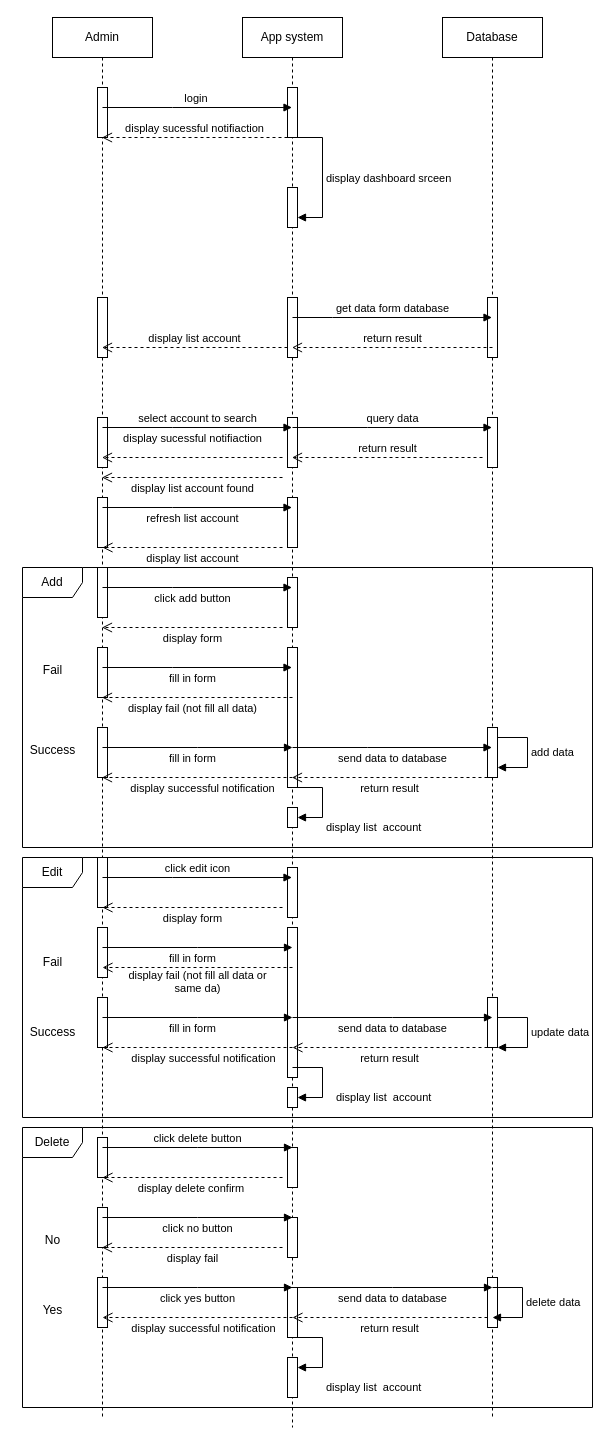
This is page "Page-4" (7 of 10) of diagram/Sequence Diagram 3.drawio from duongminhthanh/app_system_management_visitor_for_old_aparment, a draw.io file, before an edit. Source tidied: cells renumbered, new cells numbered last; positions are measured from the earlier drawing's top-left corner, leaving out a move shared by most shapes. Both pictures are drawn from the tidied source at 100%, with x=0, y=0 at pixel (17, 17).
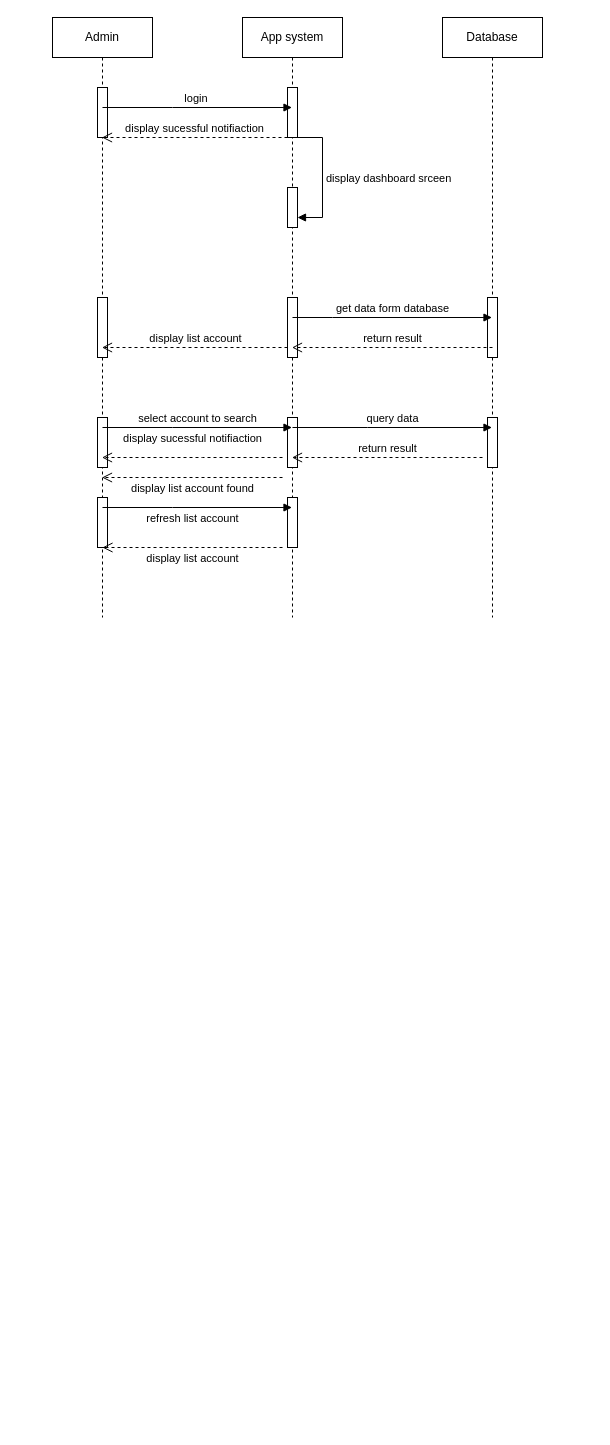
Above is the later version.

Unchanged cells that the change refers to:
```xml
<mxCell id="20" style="html=1;points=[];perimeter=orthogonalPerimeter;outlineConnect=0;targetShapes=umlLifeline;portConstraint=eastwest;newEdgeStyle={&quot;edgeStyle&quot;:&quot;elbowEdgeStyle&quot;,&quot;elbow&quot;:&quot;vertical&quot;,&quot;curved&quot;:0,&quot;rounded&quot;:0};" parent="16" vertex="1">
  <mxGeometry x="45" y="280" width="10" height="60" as="geometry" />
</mxCell>
```

The edit, as a diff of the source:
```diff
@@
     <mxCell id="2" value="Admin" style="shape=umlLifeline;perimeter=lifelinePerimeter;whiteSpace=wrap;html=1;outlineConnect=0;portConstraint=eastwest;newEdgeStyle={&quot;edgeStyle&quot;:&quot;elbowEdgeStyle&quot;,&quot;elbow&quot;:&quot;vertical&quot;,&quot;curved&quot;:0,&quot;rounded&quot;:0};" parent="1" vertex="1">
-      <mxGeometry x="35" width="100" height="1400" as="geometry" />
+      <mxGeometry x="35" width="100" height="600" as="geometry" />
     </mxCell>
@@
-    <mxCell id="7" style="html=1;perimeter=orthogonalPerimeter;targetShapes=umlLifeline;newEdgeStyle={&quot;edgeStyle&quot;:&quot;elbowEdgeStyle&quot;,&quot;elbow&quot;:&quot;vertical&quot;,&quot;curved&quot;:0,&quot;rounded&quot;:0};" parent="2" vertex="1">
-      <mxGeometry x="45" y="550" width="10" height="50" as="geometry" />
-    </mxCell>
-    <mxCell id="8" style="html=1;perimeter=orthogonalPerimeter;targetShapes=umlLifeline;newEdgeStyle={&quot;edgeStyle&quot;:&quot;elbowEdgeStyle&quot;,&quot;elbow&quot;:&quot;vertical&quot;,&quot;curved&quot;:0,&quot;rounded&quot;:0};" parent="2" vertex="1">
-      <mxGeometry x="45" y="630" width="10" height="50" as="geometry" />
-    </mxCell>
-    <mxCell id="9" style="html=1;perimeter=orthogonalPerimeter;targetShapes=umlLifeline;newEdgeStyle={&quot;edgeStyle&quot;:&quot;elbowEdgeStyle&quot;,&quot;elbow&quot;:&quot;vertical&quot;,&quot;curved&quot;:0,&quot;rounded&quot;:0};" parent="2" vertex="1">
-      <mxGeometry x="45" y="710" width="10" height="50" as="geometry" />
-    </mxCell>
-    <mxCell id="10" style="html=1;perimeter=orthogonalPerimeter;targetShapes=umlLifeline;newEdgeStyle={&quot;edgeStyle&quot;:&quot;elbowEdgeStyle&quot;,&quot;elbow&quot;:&quot;vertical&quot;,&quot;curved&quot;:0,&quot;rounded&quot;:0};" parent="2" vertex="1">
-      <mxGeometry x="45" y="840" width="10" height="50" as="geometry" />
-    </mxCell>
-    <mxCell id="11" style="html=1;perimeter=orthogonalPerimeter;targetShapes=umlLifeline;newEdgeStyle={&quot;edgeStyle&quot;:&quot;elbowEdgeStyle&quot;,&quot;elbow&quot;:&quot;vertical&quot;,&quot;curved&quot;:0,&quot;rounded&quot;:0};" parent="2" vertex="1">
-      <mxGeometry x="45" y="910" width="10" height="50" as="geometry" />
-    </mxCell>
-    <mxCell id="12" style="html=1;perimeter=orthogonalPerimeter;targetShapes=umlLifeline;newEdgeStyle={&quot;edgeStyle&quot;:&quot;elbowEdgeStyle&quot;,&quot;elbow&quot;:&quot;vertical&quot;,&quot;curved&quot;:0,&quot;rounded&quot;:0};" parent="2" vertex="1">
-      <mxGeometry x="45" y="980" width="10" height="50" as="geometry" />
-    </mxCell>
-    <mxCell id="13" style="html=1;perimeter=orthogonalPerimeter;targetShapes=umlLifeline;newEdgeStyle={&quot;edgeStyle&quot;:&quot;elbowEdgeStyle&quot;,&quot;elbow&quot;:&quot;vertical&quot;,&quot;curved&quot;:0,&quot;rounded&quot;:0};" parent="2" vertex="1">
-      <mxGeometry x="45" y="1120" width="10" height="40" as="geometry" />
-    </mxCell>
-    <mxCell id="14" style="html=1;perimeter=orthogonalPerimeter;targetShapes=umlLifeline;newEdgeStyle={&quot;edgeStyle&quot;:&quot;elbowEdgeStyle&quot;,&quot;elbow&quot;:&quot;vertical&quot;,&quot;curved&quot;:0,&quot;rounded&quot;:0};" parent="2" vertex="1">
-      <mxGeometry x="45" y="1190" width="10" height="40" as="geometry" />
-    </mxCell>
-    <mxCell id="15" style="html=1;perimeter=orthogonalPerimeter;targetShapes=umlLifeline;newEdgeStyle={&quot;edgeStyle&quot;:&quot;elbowEdgeStyle&quot;,&quot;elbow&quot;:&quot;vertical&quot;,&quot;curved&quot;:0,&quot;rounded&quot;:0};" parent="2" vertex="1">
-      <mxGeometry x="45" y="1260" width="10" height="50" as="geometry" />
-    </mxCell>
     <mxCell id="16" value="App system" style="shape=umlLifeline;perimeter=lifelinePerimeter;whiteSpace=wrap;html=1;outlineConnect=0;portConstraint=eastwest;newEdgeStyle={&quot;edgeStyle&quot;:&quot;elbowEdgeStyle&quot;,&quot;elbow&quot;:&quot;vertical&quot;,&quot;curved&quot;:0,&quot;rounded&quot;:0};" parent="1" vertex="1">
-      <mxGeometry x="225" width="100" height="1410" as="geometry" />
+      <mxGeometry x="225" width="100" height="600" as="geometry" />
     </mxCell>
@@
-    <mxCell id="23" style="html=1;perimeter=orthogonalPerimeter;targetShapes=umlLifeline;newEdgeStyle={&quot;edgeStyle&quot;:&quot;elbowEdgeStyle&quot;,&quot;elbow&quot;:&quot;vertical&quot;,&quot;curved&quot;:0,&quot;rounded&quot;:0};" parent="16" vertex="1">
-      <mxGeometry x="45" y="560" width="10" height="50" as="geometry" />
-    </mxCell>
-    <mxCell id="24" style="html=1;perimeter=orthogonalPerimeter;targetShapes=umlLifeline;newEdgeStyle={&quot;edgeStyle&quot;:&quot;elbowEdgeStyle&quot;,&quot;elbow&quot;:&quot;vertical&quot;,&quot;curved&quot;:0,&quot;rounded&quot;:0};" parent="16" vertex="1">
-      <mxGeometry x="45" y="630" width="10" height="140" as="geometry" />
-    </mxCell>
-    <mxCell id="25" style="html=1;points=[];perimeter=orthogonalPerimeter;outlineConnect=0;targetShapes=umlLifeline;portConstraint=eastwest;newEdgeStyle={&quot;edgeStyle&quot;:&quot;elbowEdgeStyle&quot;,&quot;elbow&quot;:&quot;vertical&quot;,&quot;curved&quot;:0,&quot;rounded&quot;:0};" parent="16" vertex="1">
-      <mxGeometry x="45" y="790" width="10" height="20" as="geometry" />
-    </mxCell>
-    <mxCell id="26" value="display list&amp;nbsp; account" style="html=1;align=left;spacingLeft=2;endArrow=block;rounded=0;edgeStyle=orthogonalEdgeStyle;curved=0;rounded=0;" parent="16" edge="1" target="25">
-      <mxGeometry x="0.41" y="10" relative="1" as="geometry">
-        <mxPoint x="50" y="770" as="sourcePoint" />
-        <Array as="points">
-          <mxPoint x="80" y="800" />
-        </Array>
-      </mxGeometry>
-    </mxCell>
-    <mxCell id="27" style="html=1;perimeter=orthogonalPerimeter;targetShapes=umlLifeline;newEdgeStyle={&quot;edgeStyle&quot;:&quot;elbowEdgeStyle&quot;,&quot;elbow&quot;:&quot;vertical&quot;,&quot;curved&quot;:0,&quot;rounded&quot;:0};" parent="16" vertex="1">
-      <mxGeometry x="45" y="850" width="10" height="50" as="geometry" />
-    </mxCell>
-    <mxCell id="28" style="html=1;perimeter=orthogonalPerimeter;targetShapes=umlLifeline;newEdgeStyle={&quot;edgeStyle&quot;:&quot;elbowEdgeStyle&quot;,&quot;elbow&quot;:&quot;vertical&quot;,&quot;curved&quot;:0,&quot;rounded&quot;:0};" parent="16" vertex="1">
-      <mxGeometry x="45" y="910" width="10" height="150" as="geometry" />
-    </mxCell>
-    <mxCell id="29" style="html=1;points=[];perimeter=orthogonalPerimeter;outlineConnect=0;targetShapes=umlLifeline;portConstraint=eastwest;newEdgeStyle={&quot;edgeStyle&quot;:&quot;elbowEdgeStyle&quot;,&quot;elbow&quot;:&quot;vertical&quot;,&quot;curved&quot;:0,&quot;rounded&quot;:0};" parent="16" vertex="1">
-      <mxGeometry x="45" y="1070" width="10" height="20" as="geometry" />
-    </mxCell>
-    <mxCell id="30" value="display list&amp;nbsp; account" style="html=1;align=left;spacingLeft=2;endArrow=block;rounded=0;edgeStyle=orthogonalEdgeStyle;curved=0;rounded=0;" parent="16" edge="1" target="29">
-      <mxGeometry x="0.41" y="-10" relative="1" as="geometry">
-        <mxPoint x="50" y="1050" as="sourcePoint" />
-        <Array as="points">
-          <mxPoint x="80" y="1080" />
-        </Array>
-        <mxPoint x="10" y="10" as="offset" />
-      </mxGeometry>
-    </mxCell>
-    <mxCell id="31" style="html=1;perimeter=orthogonalPerimeter;targetShapes=umlLifeline;newEdgeStyle={&quot;edgeStyle&quot;:&quot;elbowEdgeStyle&quot;,&quot;elbow&quot;:&quot;vertical&quot;,&quot;curved&quot;:0,&quot;rounded&quot;:0};" parent="16" vertex="1">
-      <mxGeometry x="45" y="1130" width="10" height="40" as="geometry" />
-    </mxCell>
-    <mxCell id="32" style="html=1;perimeter=orthogonalPerimeter;targetShapes=umlLifeline;newEdgeStyle={&quot;edgeStyle&quot;:&quot;elbowEdgeStyle&quot;,&quot;elbow&quot;:&quot;vertical&quot;,&quot;curved&quot;:0,&quot;rounded&quot;:0};" parent="16" vertex="1">
-      <mxGeometry x="45" y="1200" width="10" height="40" as="geometry" />
-    </mxCell>
-    <mxCell id="33" style="html=1;perimeter=orthogonalPerimeter;targetShapes=umlLifeline;newEdgeStyle={&quot;edgeStyle&quot;:&quot;elbowEdgeStyle&quot;,&quot;elbow&quot;:&quot;vertical&quot;,&quot;curved&quot;:0,&quot;rounded&quot;:0};" parent="16" vertex="1">
-      <mxGeometry x="45" y="1270" width="10" height="50" as="geometry" />
-    </mxCell>
-    <mxCell id="34" style="html=1;perimeter=orthogonalPerimeter;targetShapes=umlLifeline;newEdgeStyle={&quot;edgeStyle&quot;:&quot;elbowEdgeStyle&quot;,&quot;elbow&quot;:&quot;vertical&quot;,&quot;curved&quot;:0,&quot;rounded&quot;:0};" parent="16" vertex="1">
-      <mxGeometry x="45" y="1340" width="10" height="40" as="geometry" />
-    </mxCell>
     <mxCell id="35" value="Database" style="shape=umlLifeline;perimeter=lifelinePerimeter;whiteSpace=wrap;html=1;outlineConnect=0;portConstraint=eastwest;newEdgeStyle={&quot;edgeStyle&quot;:&quot;elbowEdgeStyle&quot;,&quot;elbow&quot;:&quot;vertical&quot;,&quot;curved&quot;:0,&quot;rounded&quot;:0};" parent="1" vertex="1">
-      <mxGeometry x="425" width="100" height="1400" as="geometry" />
+      <mxGeometry x="425" width="100" height="600" as="geometry" />
     </mxCell>
@@
-    <mxCell id="38" style="html=1;points=[];perimeter=orthogonalPerimeter;outlineConnect=0;targetShapes=umlLifeline;portConstraint=eastwest;newEdgeStyle={&quot;edgeStyle&quot;:&quot;elbowEdgeStyle&quot;,&quot;elbow&quot;:&quot;vertical&quot;,&quot;curved&quot;:0,&quot;rounded&quot;:0};" parent="35" vertex="1">
-      <mxGeometry x="45" y="710" width="10" height="50" as="geometry" />
-    </mxCell>
-    <mxCell id="39" style="html=1;points=[];perimeter=orthogonalPerimeter;outlineConnect=0;targetShapes=umlLifeline;portConstraint=eastwest;newEdgeStyle={&quot;edgeStyle&quot;:&quot;elbowEdgeStyle&quot;,&quot;elbow&quot;:&quot;vertical&quot;,&quot;curved&quot;:0,&quot;rounded&quot;:0};" parent="35" vertex="1">
-      <mxGeometry x="45" y="980" width="10" height="50" as="geometry" />
-    </mxCell>
-    <mxCell id="40" value="add data" style="html=1;align=left;spacingLeft=2;endArrow=block;rounded=0;edgeStyle=orthogonalEdgeStyle;curved=0;rounded=0;" parent="35" edge="1" target="38">
-      <mxGeometry relative="1" as="geometry">
-        <mxPoint x="55" y="720" as="sourcePoint" />
-        <Array as="points">
-          <mxPoint x="85" y="720" />
-          <mxPoint x="85" y="750" />
-        </Array>
-      </mxGeometry>
-    </mxCell>
-    <mxCell id="41" style="html=1;perimeter=orthogonalPerimeter;targetShapes=umlLifeline;newEdgeStyle={&quot;edgeStyle&quot;:&quot;elbowEdgeStyle&quot;,&quot;elbow&quot;:&quot;vertical&quot;,&quot;curved&quot;:0,&quot;rounded&quot;:0};" parent="35" vertex="1">
-      <mxGeometry x="45" y="1260" width="10" height="50" as="geometry" />
-    </mxCell>
@@
     <mxCell id="46" value="display list account" style="html=1;verticalAlign=bottom;endArrow=open;dashed=1;endSize=8;edgeStyle=elbowEdgeStyle;elbow=vertical;curved=0;rounded=0;" parent="1" edge="1" source="20" target="2">
-      <mxGeometry relative="1" as="geometry">
+      <mxGeometry x="-0.01" relative="1" as="geometry">
         <Array as="points">
           <mxPoint x="235" y="330" />
         </Array>
       </mxGeometry>
     </mxCell>
@@
-    <mxCell id="54" value="click add button" style="html=1;verticalAlign=bottom;endArrow=block;edgeStyle=elbowEdgeStyle;elbow=vertical;curved=0;rounded=0;" parent="1" edge="1" target="16">
-      <mxGeometry x="-0.05" y="-20" relative="1" as="geometry">
-        <mxPoint x="85" y="570" as="sourcePoint" />
-      </mxGeometry>
-    </mxCell>
-    <mxCell id="55" value="display form" style="html=1;verticalAlign=bottom;endArrow=open;dashed=1;endSize=8;edgeStyle=elbowEdgeStyle;elbow=vertical;curved=0;rounded=0;" parent="1" edge="1" target="2">
-      <mxGeometry y="20" relative="1" as="geometry">
-        <mxPoint x="265" y="610" as="sourcePoint" />
-      </mxGeometry>
-    </mxCell>
-    <mxCell id="56" value="fill in form" style="html=1;verticalAlign=bottom;endArrow=block;edgeStyle=elbowEdgeStyle;elbow=vertical;curved=0;rounded=0;" parent="1" edge="1" target="16">
-      <mxGeometry x="-0.05" y="-20" relative="1" as="geometry">
-        <mxPoint x="85" y="650" as="sourcePoint" />
-      </mxGeometry>
-    </mxCell>
-    <mxCell id="57" value="display fail (not fill all data)" style="html=1;verticalAlign=bottom;endArrow=open;dashed=1;endSize=8;edgeStyle=elbowEdgeStyle;elbow=vertical;curved=0;rounded=0;" parent="1" edge="1" target="2">
-      <mxGeometry x="0.05" y="20" relative="1" as="geometry">
-        <mxPoint x="275" y="680" as="sourcePoint" />
-      </mxGeometry>
-    </mxCell>
-    <mxCell id="58" value="fill in form" style="html=1;verticalAlign=bottom;endArrow=block;edgeStyle=elbowEdgeStyle;elbow=vertical;curved=0;rounded=0;" parent="1" edge="1">
-      <mxGeometry x="-0.05" y="-20" relative="1" as="geometry">
-        <mxPoint x="85" y="730" as="sourcePoint" />
-        <mxPoint x="275" y="730" as="targetPoint" />
-      </mxGeometry>
-    </mxCell>
-    <mxCell id="59" value="send data to database" style="html=1;verticalAlign=bottom;endArrow=block;edgeStyle=elbowEdgeStyle;elbow=vertical;curved=0;rounded=0;" parent="1" edge="1" target="35">
-      <mxGeometry y="-20" relative="1" as="geometry">
-        <mxPoint x="275" y="730" as="sourcePoint" />
-      </mxGeometry>
-    </mxCell>
-    <mxCell id="60" value="return result" style="html=1;verticalAlign=bottom;endArrow=open;dashed=1;endSize=8;edgeStyle=elbowEdgeStyle;elbow=vertical;curved=0;rounded=0;" parent="1" edge="1" source="38" target="16">
-      <mxGeometry y="20" relative="1" as="geometry">
-        <Array as="points">
-          <mxPoint x="375" y="760" />
-          <mxPoint x="435" y="770" />
-        </Array>
-      </mxGeometry>
-    </mxCell>
-    <mxCell id="61" value="display successful notification" style="html=1;verticalAlign=bottom;endArrow=open;dashed=1;endSize=8;edgeStyle=elbowEdgeStyle;elbow=vertical;curved=0;rounded=0;" parent="1" edge="1" target="2">
-      <mxGeometry x="-0.06" y="20" relative="1" as="geometry">
-        <mxPoint x="275" y="760" as="sourcePoint" />
-      </mxGeometry>
-    </mxCell>
-    <mxCell id="62" value="click edit icon" style="html=1;verticalAlign=bottom;endArrow=block;edgeStyle=elbowEdgeStyle;elbow=vertical;curved=0;rounded=0;" parent="1" edge="1" target="16">
-      <mxGeometry relative="1" as="geometry">
-        <mxPoint x="85" y="860" as="sourcePoint" />
-      </mxGeometry>
-    </mxCell>
-    <mxCell id="63" value="display form" style="html=1;verticalAlign=bottom;endArrow=open;dashed=1;endSize=8;edgeStyle=elbowEdgeStyle;elbow=vertical;curved=0;rounded=0;" parent="1" edge="1">
-      <mxGeometry y="20" relative="1" as="geometry">
-        <mxPoint x="265" y="890" as="sourcePoint" />
-        <mxPoint x="85" y="890" as="targetPoint" />
-      </mxGeometry>
-    </mxCell>
-    <mxCell id="64" value="fill in form" style="html=1;verticalAlign=bottom;endArrow=block;edgeStyle=elbowEdgeStyle;elbow=vertical;curved=0;rounded=0;" parent="1" edge="1">
-      <mxGeometry x="-0.05" y="-20" relative="1" as="geometry">
-        <mxPoint x="85" y="930" as="sourcePoint" />
-        <mxPoint x="275" y="930" as="targetPoint" />
-      </mxGeometry>
-    </mxCell>
-    <mxCell id="65" value="display fail (not fill all data or &lt;br&gt;same da)" style="html=1;verticalAlign=bottom;endArrow=open;dashed=1;endSize=8;edgeStyle=elbowEdgeStyle;elbow=vertical;curved=0;rounded=0;" parent="1" edge="1">
-      <mxGeometry y="30" relative="1" as="geometry">
-        <mxPoint x="275" y="950" as="sourcePoint" />
-        <mxPoint x="85" y="950" as="targetPoint" />
-      </mxGeometry>
-    </mxCell>
-    <mxCell id="66" value="fill in form" style="html=1;verticalAlign=bottom;endArrow=block;edgeStyle=elbowEdgeStyle;elbow=vertical;curved=0;rounded=0;" parent="1" edge="1">
-      <mxGeometry x="-0.05" y="-20" relative="1" as="geometry">
-        <mxPoint x="85" y="1000" as="sourcePoint" />
-        <mxPoint x="275" y="1000" as="targetPoint" />
-      </mxGeometry>
-    </mxCell>
-    <mxCell id="67" value="send data to database" style="html=1;verticalAlign=bottom;endArrow=block;edgeStyle=elbowEdgeStyle;elbow=vertical;curved=0;rounded=0;" parent="1" edge="1">
-      <mxGeometry y="-20" relative="1" as="geometry">
-        <mxPoint x="275" y="1000" as="sourcePoint" />
-        <mxPoint x="475" y="1000" as="targetPoint" />
-      </mxGeometry>
-    </mxCell>
-    <mxCell id="68" value="update data" style="html=1;align=left;spacingLeft=2;endArrow=block;rounded=0;edgeStyle=orthogonalEdgeStyle;curved=0;rounded=0;" parent="1" edge="1" target="39">
-      <mxGeometry relative="1" as="geometry">
-        <mxPoint x="480" y="1000" as="sourcePoint" />
-        <Array as="points">
-          <mxPoint x="510" y="1000" />
-          <mxPoint x="510" y="1030" />
-        </Array>
-      </mxGeometry>
-    </mxCell>
-    <mxCell id="69" value="return result" style="html=1;verticalAlign=bottom;endArrow=open;dashed=1;endSize=8;edgeStyle=elbowEdgeStyle;elbow=vertical;curved=0;rounded=0;" parent="1" edge="1">
-      <mxGeometry y="20" relative="1" as="geometry">
-        <mxPoint x="470" y="1030" as="sourcePoint" />
-        <mxPoint x="275" y="1030" as="targetPoint" />
-        <Array as="points">
-          <mxPoint x="375" y="1030" />
-          <mxPoint x="435" y="1040" />
-        </Array>
-      </mxGeometry>
-    </mxCell>
-    <mxCell id="70" value="display successful notification" style="html=1;verticalAlign=bottom;endArrow=open;dashed=1;endSize=8;edgeStyle=elbowEdgeStyle;elbow=vertical;curved=0;rounded=0;" parent="1" edge="1">
-      <mxGeometry x="-0.06" y="20" relative="1" as="geometry">
-        <mxPoint x="275" y="1030" as="sourcePoint" />
-        <mxPoint x="85" y="1030" as="targetPoint" />
-      </mxGeometry>
-    </mxCell>
-    <mxCell id="71" value="Add" style="shape=umlFrame;whiteSpace=wrap;html=1;" parent="1" vertex="1">
-      <mxGeometry x="5" y="550" width="570" height="280" as="geometry" />
-    </mxCell>
-    <mxCell id="72" value="click delete button" style="html=1;verticalAlign=bottom;endArrow=block;edgeStyle=elbowEdgeStyle;elbow=vertical;curved=0;rounded=0;" parent="1" edge="1">
-      <mxGeometry relative="1" as="geometry">
-        <mxPoint x="85" y="1130" as="sourcePoint" />
-        <mxPoint x="275" y="1130" as="targetPoint" />
-      </mxGeometry>
-    </mxCell>
-    <mxCell id="73" value="display delete confirm&amp;nbsp;" style="html=1;verticalAlign=bottom;endArrow=open;dashed=1;endSize=8;edgeStyle=elbowEdgeStyle;elbow=vertical;curved=0;rounded=0;" parent="1" edge="1">
-      <mxGeometry y="20" relative="1" as="geometry">
-        <mxPoint x="265" y="1160" as="sourcePoint" />
-        <mxPoint x="85" y="1160" as="targetPoint" />
-      </mxGeometry>
-    </mxCell>
-    <mxCell id="74" value="Fail" style="text;html=1;align=center;verticalAlign=middle;strokeColor=none;fillColor=none;" parent="1" vertex="1">
-      <mxGeometry x="15" y="638" width="40" height="30" as="geometry" />
-    </mxCell>
-    <mxCell id="75" value="Success" style="text;html=1;align=center;verticalAlign=middle;strokeColor=none;fillColor=none;" parent="1" vertex="1">
-      <mxGeometry y="718" width="70" height="30" as="geometry" />
-    </mxCell>
-    <mxCell id="76" value="click no button" style="html=1;verticalAlign=bottom;endArrow=block;edgeStyle=elbowEdgeStyle;elbow=vertical;curved=0;rounded=0;" parent="1" edge="1">
-      <mxGeometry y="-20" relative="1" as="geometry">
-        <mxPoint x="85" y="1200" as="sourcePoint" />
-        <mxPoint x="275" y="1200" as="targetPoint" />
-      </mxGeometry>
-    </mxCell>
-    <mxCell id="77" value="display fail" style="html=1;verticalAlign=bottom;endArrow=open;dashed=1;endSize=8;edgeStyle=elbowEdgeStyle;elbow=vertical;curved=0;rounded=0;" parent="1" edge="1" target="2">
-      <mxGeometry y="20" relative="1" as="geometry">
-        <mxPoint x="265" y="1230" as="sourcePoint" />
-      </mxGeometry>
-    </mxCell>
-    <mxCell id="78" value="click yes button" style="html=1;verticalAlign=bottom;endArrow=block;edgeStyle=elbowEdgeStyle;elbow=vertical;curved=0;rounded=0;" parent="1" edge="1">
-      <mxGeometry y="-20" relative="1" as="geometry">
-        <mxPoint x="85" y="1270" as="sourcePoint" />
-        <mxPoint x="275" y="1270" as="targetPoint" />
-      </mxGeometry>
-    </mxCell>
-    <mxCell id="79" value="send data to database" style="html=1;verticalAlign=bottom;endArrow=block;edgeStyle=elbowEdgeStyle;elbow=vertical;curved=0;rounded=0;" parent="1" edge="1">
-      <mxGeometry y="-20" relative="1" as="geometry">
-        <mxPoint x="275" y="1270" as="sourcePoint" />
-        <mxPoint x="475" y="1270" as="targetPoint" />
-      </mxGeometry>
-    </mxCell>
-    <mxCell id="80" value="delete data" style="html=1;align=left;spacingLeft=2;endArrow=block;rounded=0;edgeStyle=orthogonalEdgeStyle;curved=0;rounded=0;" parent="1" edge="1">
-      <mxGeometry relative="1" as="geometry">
-        <mxPoint x="475" y="1270" as="sourcePoint" />
-        <mxPoint x="475" y="1300" as="targetPoint" />
-        <Array as="points">
-          <mxPoint x="505" y="1270" />
-          <mxPoint x="505" y="1300" />
-        </Array>
-      </mxGeometry>
-    </mxCell>
-    <mxCell id="81" value="return result" style="html=1;verticalAlign=bottom;endArrow=open;dashed=1;endSize=8;edgeStyle=elbowEdgeStyle;elbow=vertical;curved=0;rounded=0;" parent="1" edge="1">
-      <mxGeometry y="20" relative="1" as="geometry">
-        <mxPoint x="470" y="1300" as="sourcePoint" />
-        <mxPoint x="275" y="1300" as="targetPoint" />
-        <Array as="points">
-          <mxPoint x="375" y="1300" />
-          <mxPoint x="435" y="1310" />
-        </Array>
-      </mxGeometry>
-    </mxCell>
-    <mxCell id="82" value="display successful notification" style="html=1;verticalAlign=bottom;endArrow=open;dashed=1;endSize=8;edgeStyle=elbowEdgeStyle;elbow=vertical;curved=0;rounded=0;" parent="1" edge="1">
-      <mxGeometry x="-0.06" y="20" relative="1" as="geometry">
-        <mxPoint x="275" y="1300" as="sourcePoint" />
-        <mxPoint x="85" y="1300" as="targetPoint" />
-      </mxGeometry>
-    </mxCell>
-    <mxCell id="83" value="display list&amp;nbsp; account" style="html=1;align=left;spacingLeft=2;endArrow=block;rounded=0;edgeStyle=orthogonalEdgeStyle;curved=0;rounded=0;" parent="1" edge="1">
-      <mxGeometry x="0.41" y="20" relative="1" as="geometry">
-        <mxPoint x="275" y="1320" as="sourcePoint" />
-        <mxPoint x="280" y="1350" as="targetPoint" />
-        <Array as="points">
-          <mxPoint x="305" y="1350" />
-        </Array>
-      </mxGeometry>
-    </mxCell>
-    <mxCell id="84" value="Edit" style="shape=umlFrame;whiteSpace=wrap;html=1;" parent="1" vertex="1">
-      <mxGeometry x="5" y="840" width="570" height="260" as="geometry" />
-    </mxCell>
-    <mxCell id="85" value="Fail" style="text;html=1;align=center;verticalAlign=middle;strokeColor=none;fillColor=none;" parent="1" vertex="1">
-      <mxGeometry x="15" y="930" width="40" height="30" as="geometry" />
-    </mxCell>
-    <mxCell id="86" value="Success" style="text;html=1;align=center;verticalAlign=middle;strokeColor=none;fillColor=none;" parent="1" vertex="1">
-      <mxGeometry y="1000" width="70" height="30" as="geometry" />
-    </mxCell>
-    <mxCell id="87" value="Delete" style="shape=umlFrame;whiteSpace=wrap;html=1;" parent="1" vertex="1">
-      <mxGeometry x="5" y="1110" width="570" height="280" as="geometry" />
-    </mxCell>
-    <mxCell id="88" value="No" style="text;html=1;align=center;verticalAlign=middle;strokeColor=none;fillColor=none;" parent="1" vertex="1">
-      <mxGeometry x="15" y="1208" width="40" height="30" as="geometry" />
-    </mxCell>
-    <mxCell id="89" value="Yes" style="text;html=1;align=center;verticalAlign=middle;strokeColor=none;fillColor=none;" parent="1" vertex="1">
-      <mxGeometry x="15" y="1278" width="40" height="30" as="geometry" />
-    </mxCell>
```
